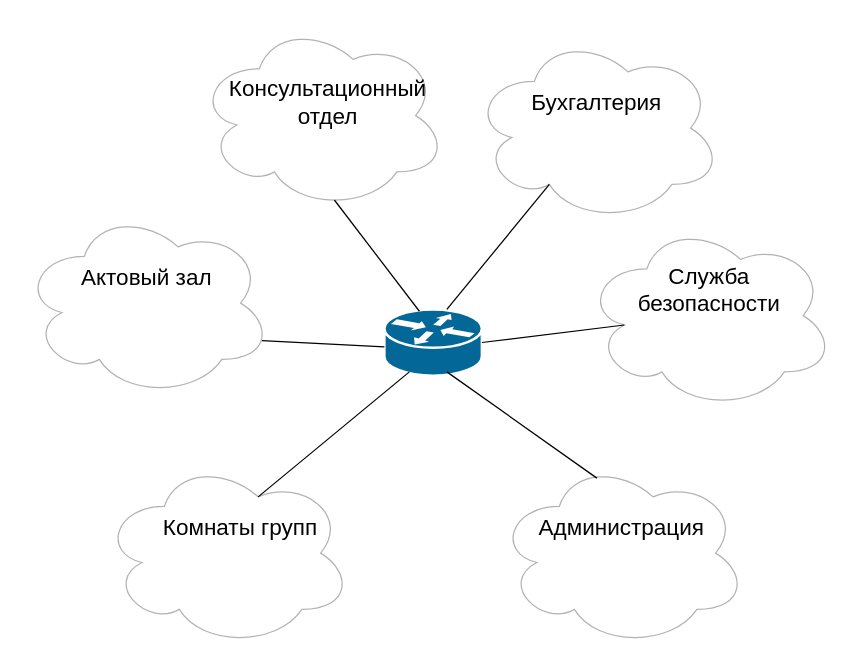
Earlier version of the draw.io diagram Схема доступа L3.drawio (dibovdmitry/Project). Source tidied: cells renumbered, new cells numbered last; positions are measured from the earlier drawing's top-left corner, leaving out a move shared by most shapes. Both pictures are drawn from the tidied source at 125%, with x=0, y=0 at pixel (21, 21).
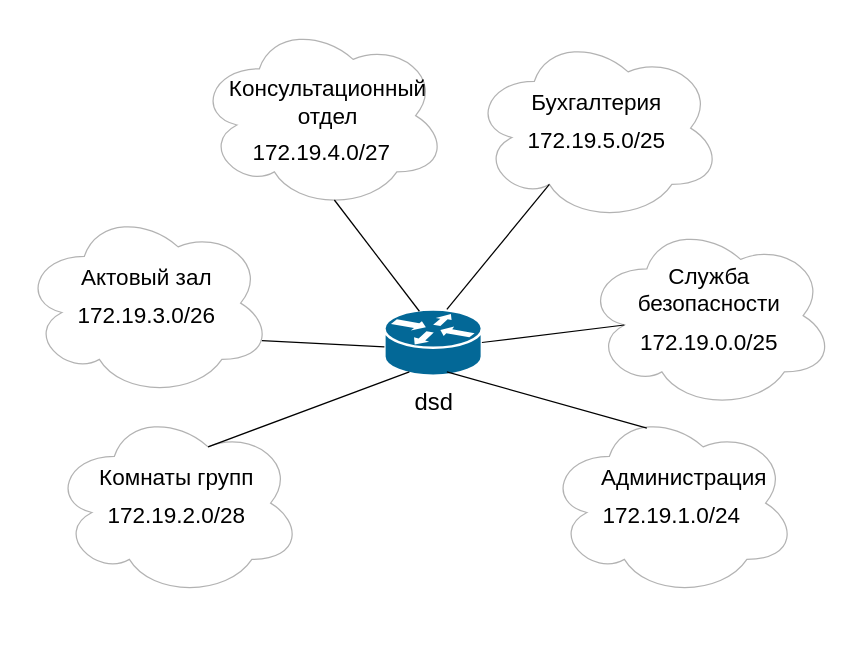
After the change.

What changed in the source:
```diff
@@
     <mxCell id="5" style="ellipse;shape=cloud;whiteSpace=wrap;html=1;opacity=30;" parent="1" vertex="1">
-      <mxGeometry x="64" y="350" width="200" height="150" as="geometry" />
+      <mxGeometry x="24" y="310" width="200" height="150" as="geometry" />
     </mxCell>
@@
     <mxCell id="7" style="ellipse;shape=cloud;whiteSpace=wrap;html=1;opacity=30;" parent="1" vertex="1">
-      <mxGeometry x="380" y="350" width="200" height="150" as="geometry" />
+      <mxGeometry x="420" y="310" width="200" height="150" as="geometry" />
     </mxCell>
@@
     <mxCell id="18" value="&lt;font style=&quot;font-size: 18px;&quot;&gt;Администрация&lt;/font&gt;" style="text;html=1;strokeColor=none;fillColor=none;align=center;verticalAlign=middle;whiteSpace=wrap;rounded=0;" parent="1" vertex="1">
-      <mxGeometry x="450" y="390" width="60" height="30" as="geometry" />
+      <mxGeometry x="500" y="350" width="60" height="30" as="geometry" />
     </mxCell>
     <mxCell id="19" value="&lt;font style=&quot;font-size: 18px;&quot;&gt;Комнаты групп&lt;/font&gt;" style="text;html=1;strokeColor=none;fillColor=none;align=center;verticalAlign=middle;whiteSpace=wrap;rounded=0;" parent="1" vertex="1">
-      <mxGeometry x="110" y="390" width="130" height="30" as="geometry" />
+      <mxGeometry x="59" y="350" width="130" height="30" as="geometry" />
     </mxCell>
@@
+    <mxCell id="21" value="&lt;font style=&quot;font-size: 18px;&quot;&gt;172.19.0.0/25&lt;/font&gt;" style="text;html=1;strokeColor=none;fillColor=none;align=center;verticalAlign=middle;whiteSpace=wrap;rounded=0;" parent="1" vertex="1">
+      <mxGeometry x="520" y="241.5" width="60" height="30" as="geometry" />
+    </mxCell>
+    <mxCell id="22" value="&lt;font style=&quot;font-size: 18px;&quot;&gt;172.19.1.0/24&lt;/font&gt;" style="text;html=1;strokeColor=none;fillColor=none;align=center;verticalAlign=middle;whiteSpace=wrap;rounded=0;fontSize=18;" parent="1" vertex="1">
+      <mxGeometry x="490" y="380" width="60" height="30" as="geometry" />
+    </mxCell>
+    <mxCell id="23" value="172.19.2.0/28" style="text;html=1;strokeColor=none;fillColor=none;align=center;verticalAlign=middle;whiteSpace=wrap;rounded=0;fontSize=18;" parent="1" vertex="1">
+      <mxGeometry x="64" y="380" width="120" height="30" as="geometry" />
+    </mxCell>
+    <mxCell id="24" value="172.19.3.0/26" style="text;html=1;strokeColor=none;fillColor=none;align=center;verticalAlign=middle;whiteSpace=wrap;rounded=0;fontSize=18;" parent="1" vertex="1">
+      <mxGeometry x="70" y="220" width="60" height="30" as="geometry" />
+    </mxCell>
+    <mxCell id="25" value="172.19.4.0/27" style="text;html=1;strokeColor=none;fillColor=none;align=center;verticalAlign=middle;whiteSpace=wrap;rounded=0;fontSize=18;" parent="1" vertex="1">
+      <mxGeometry x="210" y="90" width="60" height="30" as="geometry" />
+    </mxCell>
+    <mxCell id="26" value="172.19.5.0/25" style="text;html=1;strokeColor=none;fillColor=none;align=center;verticalAlign=middle;whiteSpace=wrap;rounded=0;fontSize=18;" parent="1" vertex="1">
+      <mxGeometry x="430" y="80" width="60" height="30" as="geometry" />
+    </mxCell>
+    <mxCell id="27" value="dsd" style="text;html=1;strokeColor=none;fillColor=none;align=center;verticalAlign=middle;whiteSpace=wrap;rounded=0;fontSize=19;" parent="1" vertex="1">
+      <mxGeometry x="300" y="290" width="60" height="30" as="geometry" />
+    </mxCell>
```
